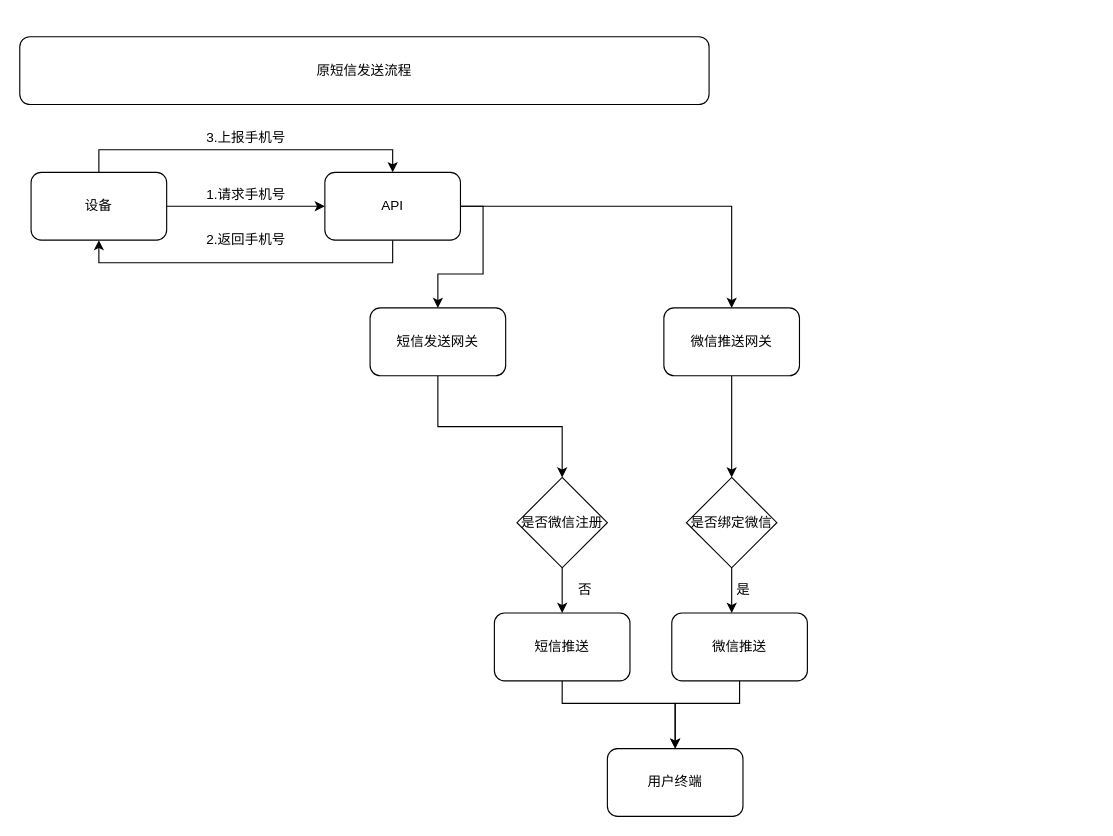
Before: sms.drawio in mandarenmanman/apidoc, a draw.io diagram. Source tidied: cells renumbered, new cells numbered last; positions are measured from the earlier drawing's top-left corner, leaving out a move shared by most shapes. Both pictures are drawn from the tidied source at 113%, with x=0, y=0 at pixel (19, 36).
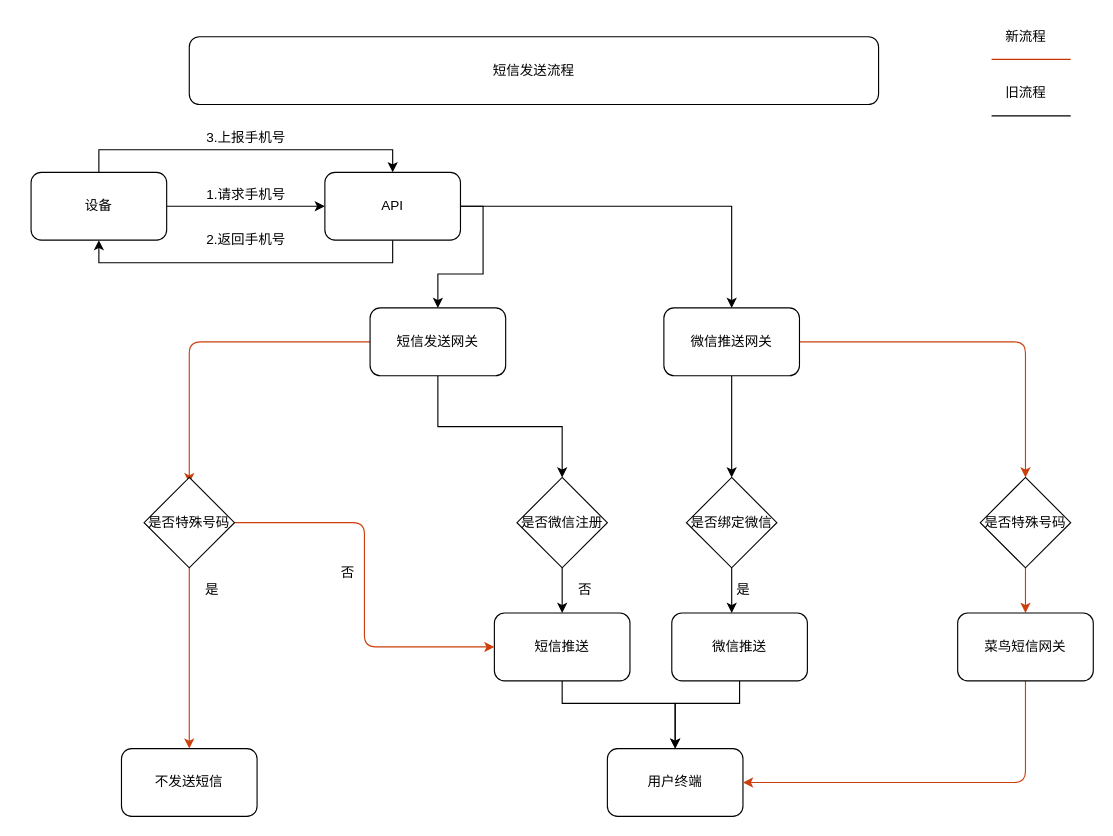
The same page after the edit.

The change refers to these unchanged cells:
```xml
<mxCell id="14" value="短信发送网关" style="rounded=1;whiteSpace=wrap;html=1;" parent="1" vertex="1">
  <mxGeometry x="310" y="240" width="120" height="60" as="geometry" />
</mxCell>
<mxCell id="16" value="微信推送网关" style="rounded=1;whiteSpace=wrap;html=1;" parent="1" vertex="1">
  <mxGeometry x="570" y="240" width="120" height="60" as="geometry" />
</mxCell>
<mxCell id="17" value="用户终端" style="rounded=1;whiteSpace=wrap;html=1;" parent="1" vertex="1">
  <mxGeometry x="520" y="630" width="120" height="60" as="geometry" />
</mxCell>
<mxCell id="21" value="短信推送" style="rounded=1;whiteSpace=wrap;html=1;" parent="1" vertex="1">
  <mxGeometry x="420" y="510" width="120" height="60" as="geometry" />
</mxCell>
```

Change to the diagram source:
```diff
@@
-    <mxCell id="2" value="原短信发送流程" style="rounded=1;whiteSpace=wrap;html=1;" parent="1" vertex="1">
-      <mxGeometry width="610" height="60" as="geometry" />
+    <mxCell id="2" value="短信发送流程" style="rounded=1;whiteSpace=wrap;html=1;" parent="1" vertex="1">
+      <mxGeometry x="150" width="610" height="60" as="geometry" />
     </mxCell>
@@
+    <mxCell id="28" style="edgeStyle=orthogonalEdgeStyle;rounded=1;jettySize=auto;html=1;exitX=0;exitY=0.5;exitDx=0;exitDy=0;strokeColor=#CC3F0C;entryX=0.5;entryY=0.063;entryDx=0;entryDy=0;entryPerimeter=0;" parent="1" edge="1" source="14" target="36">
+      <mxGeometry relative="1" as="geometry" />
+    </mxCell>
@@
+    <mxCell id="29" style="edgeStyle=orthogonalEdgeStyle;rounded=1;jettySize=auto;html=1;exitX=1;exitY=0.5;exitDx=0;exitDy=0;strokeColor=#CC3F0C;entryX=0.5;entryY=0;entryDx=0;entryDy=0;" parent="1" edge="1" source="16" target="41">
+      <mxGeometry relative="1" as="geometry" />
+    </mxCell>
@@
+    <mxCell id="30" style="endArrow=none;html=1;rounded=0;strokeColor=#C73500;fillColor=#fa6800;" parent="1" edge="1">
+      <mxGeometry relative="1" as="geometry">
+        <mxPoint x="860" y="20" as="sourcePoint" />
+        <mxPoint x="930" y="20" as="targetPoint" />
+      </mxGeometry>
+    </mxCell>
+    <mxCell id="31" value="新流程" style="text;html=1;align=center;verticalAlign=middle;strokeColor=none;fillColor=none;" parent="1" vertex="1">
+      <mxGeometry x="860" y="-15" width="60" height="30" as="geometry" />
+    </mxCell>
+    <mxCell id="32" style="endArrow=none;html=1;rounded=1;strokeColor=#000000;" parent="1" edge="1">
+      <mxGeometry relative="1" as="geometry">
+        <mxPoint x="860" y="70" as="sourcePoint" />
+        <mxPoint x="930" y="70" as="targetPoint" />
+      </mxGeometry>
+    </mxCell>
+    <mxCell id="33" value="旧流程" style="text;html=1;align=center;verticalAlign=middle;strokeColor=none;fillColor=none;" parent="1" vertex="1">
+      <mxGeometry x="860" y="35" width="60" height="30" as="geometry" />
+    </mxCell>
+    <mxCell id="34" style="edgeStyle=orthogonalEdgeStyle;rounded=1;jettySize=auto;html=1;exitX=0.5;exitY=1;exitDx=0;exitDy=0;strokeColor=#CC3F0C;entryX=0.5;entryY=0;entryDx=0;entryDy=0;" parent="1" edge="1" source="36" target="37">
+      <mxGeometry relative="1" as="geometry" />
+    </mxCell>
+    <mxCell id="35" style="edgeStyle=orthogonalEdgeStyle;rounded=1;jettySize=auto;html=1;exitX=1;exitY=0.5;exitDx=0;exitDy=0;entryX=0;entryY=0.5;entryDx=0;entryDy=0;strokeColor=#CC3F0C;" parent="1" edge="1" source="36" target="21">
+      <mxGeometry relative="1" as="geometry" />
+    </mxCell>
+    <mxCell id="36" value="是否特殊号码" style="rhombus;whiteSpace=wrap;html=1;" parent="1" vertex="1">
+      <mxGeometry x="110" y="390" width="80" height="80" as="geometry" />
+    </mxCell>
+    <mxCell id="37" value="不发送短信" style="rounded=1;whiteSpace=wrap;html=1;" parent="1" vertex="1">
+      <mxGeometry x="90" y="630" width="120" height="60" as="geometry" />
+    </mxCell>
+    <mxCell id="38" value="是" style="text;html=1;align=center;verticalAlign=middle;strokeColor=none;fillColor=none;" parent="1" vertex="1">
+      <mxGeometry x="150" y="475" width="40" height="30" as="geometry" />
+    </mxCell>
+    <mxCell id="39" value="否" style="text;html=1;align=center;verticalAlign=middle;strokeColor=none;fillColor=none;" parent="1" vertex="1">
+      <mxGeometry x="270" y="460" width="40" height="30" as="geometry" />
+    </mxCell>
+    <mxCell id="40" style="edgeStyle=orthogonalEdgeStyle;rounded=1;jettySize=auto;html=1;exitX=0.5;exitY=1;exitDx=0;exitDy=0;strokeColor=#CC3F0C;entryX=0.5;entryY=0;entryDx=0;entryDy=0;" parent="1" edge="1" source="41" target="43">
+      <mxGeometry relative="1" as="geometry" />
+    </mxCell>
+    <mxCell id="41" value="是否特殊号码" style="rhombus;whiteSpace=wrap;html=1;" parent="1" vertex="1">
+      <mxGeometry x="850" y="390" width="80" height="80" as="geometry" />
+    </mxCell>
+    <mxCell id="42" style="edgeStyle=orthogonalEdgeStyle;rounded=1;jettySize=auto;html=1;exitX=0.5;exitY=1;exitDx=0;exitDy=0;entryX=1;entryY=0.5;entryDx=0;entryDy=0;strokeColor=#CC3F0C;" parent="1" edge="1" source="43" target="17">
+      <mxGeometry relative="1" as="geometry" />
+    </mxCell>
+    <mxCell id="43" value="菜鸟短信网关" style="rounded=1;whiteSpace=wrap;html=1;" parent="1" vertex="1">
+      <mxGeometry x="830" y="510" width="120" height="60" as="geometry" />
+    </mxCell>
```
